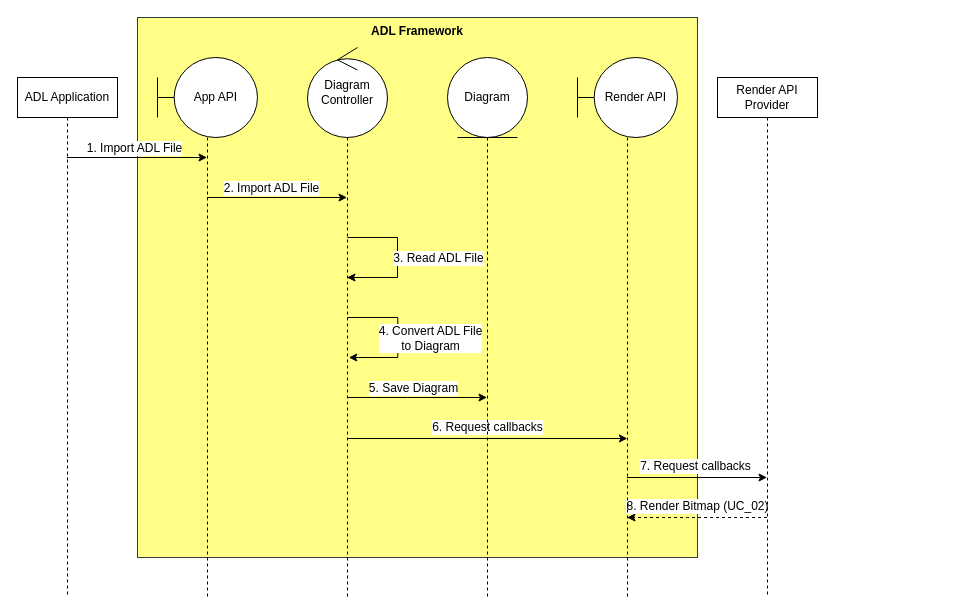
Before: AddEditElement.drawio in phunm211/SW-Associate-Architecture, a draw.io diagram. Source tidied: cells renumbered, new cells numbered last; positions are measured from the earlier drawing's top-left corner, leaving out a move shared by most shapes. Both pictures are drawn from the tidied source at 100%, with x=0, y=0 at pixel (17, 17).
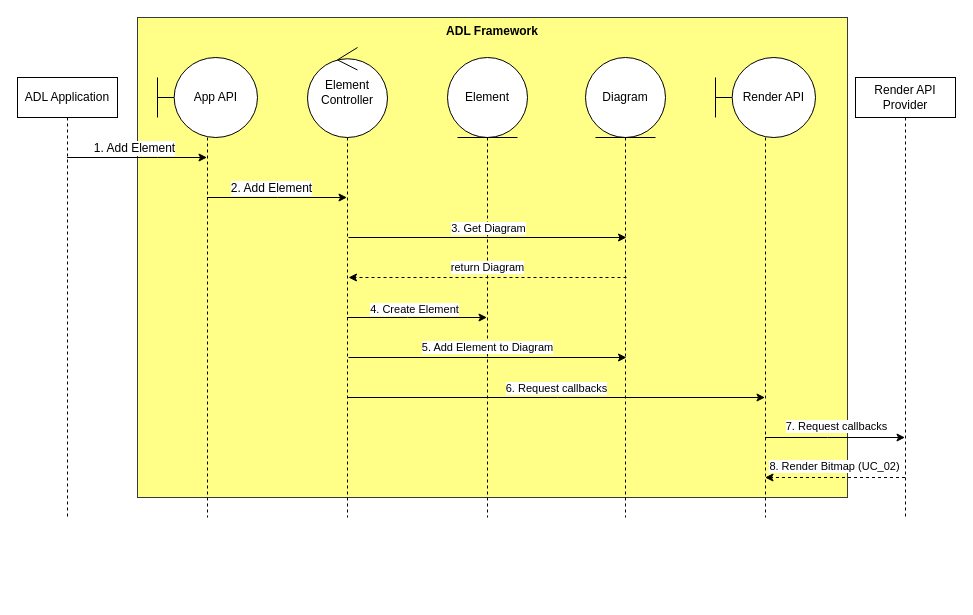
The same diagram, later.

Unchanged cells that the change refers to:
```xml
<mxCell id="3" style="rounded=0;jettySize=auto;html=1;fontFamily=Helvetica;fontSize=12;fontColor=default;" parent="1" edge="1" source="5" target="8">
  <mxGeometry relative="1" as="geometry">
    <Array as="points">
      <mxPoint x="140" y="140" />
    </Array>
  </mxGeometry>
</mxCell>
<mxCell id="6" style="rounded=0;jettySize=auto;html=1;fontFamily=Helvetica;fontSize=12;fontColor=default;" parent="1" edge="1" source="8" target="12">
  <mxGeometry relative="1" as="geometry">
    <Array as="points">
      <mxPoint x="260" y="180" />
    </Array>
  </mxGeometry>
</mxCell>
```

What changed in the source:
```diff
@@
     <mxCell id="2" value="ADL Framework" style="rounded=0;whiteSpace=wrap;html=1;strokeColor=#36393d;align=center;verticalAlign=top;fontFamily=Helvetica;fontSize=12;fillColor=#ffff88;fontStyle=1;" parent="1" vertex="1">
-      <mxGeometry x="120" width="560" height="540" as="geometry" />
+      <mxGeometry x="120" width="710" height="480" as="geometry" />
     </mxCell>
+    <mxCell id="24" value="Element" style="shape=umlLifeline;perimeter=lifelinePerimeter;whiteSpace=wrap;html=1;newEdgeStyle={&quot;curved&quot;:0,&quot;rounded&quot;:0};participant=umlEntity;strokeColor=default;align=center;verticalAlign=middle;fontFamily=Helvetica;fontSize=12;fontColor=default;fillColor=default;size=80;" parent="1" vertex="1">
+      <mxGeometry x="430" y="40" width="80" height="460" as="geometry" />
+    </mxCell>
@@
-    <mxCell id="4" value="1. Import ADL File" style="edgeLabel;html=1;align=center;verticalAlign=middle;fontSize=12;fontFamily=Helvetica;fontColor=default;" parent="3" vertex="1">
+    <mxCell id="4" value="1. Add Element" style="edgeLabel;html=1;align=center;verticalAlign=middle;fontSize=12;fontFamily=Helvetica;fontColor=default;" parent="3" vertex="1">
       <mxGeometry x="-0.04" y="2" relative="1" as="geometry">
         <mxPoint y="-8" as="offset" />
       </mxGeometry>
     </mxCell>
     <mxCell id="5" value="ADL Application" style="shape=umlLifeline;perimeter=lifelinePerimeter;whiteSpace=wrap;html=1;outlineConnect=0;portConstraint=eastwest;newEdgeStyle={&quot;curved&quot;:0,&quot;rounded&quot;:0};" parent="1" vertex="1">
-      <mxGeometry y="60" width="100" height="520" as="geometry" />
+      <mxGeometry y="60" width="100" height="440" as="geometry" />
     </mxCell>
@@
-    <mxCell id="7" value="2. Import ADL File" style="edgeLabel;html=1;align=center;verticalAlign=middle;fontSize=12;fontFamily=Helvetica;fontColor=default;" parent="6" vertex="1">
+    <mxCell id="7" value="2. Add Element" style="edgeLabel;html=1;align=center;verticalAlign=middle;fontSize=12;fontFamily=Helvetica;fontColor=default;" parent="6" vertex="1">
       <mxGeometry x="-0.09" y="-1" relative="1" as="geometry">
         <mxPoint y="-11" as="offset" />
       </mxGeometry>
     </mxCell>
-    <mxCell id="8" value="&amp;nbsp; &amp;nbsp; &amp;nbsp;App API" style="shape=umlLifeline;perimeter=lifelinePerimeter;whiteSpace=wrap;html=1;outlineConnect=0;portConstraint=eastwest;newEdgeStyle={&quot;curved&quot;:0,&quot;rounded&quot;:0};participant=umlBoundary;size=80;" parent="1" vertex="1">
-      <mxGeometry x="140" y="40" width="100" height="540" as="geometry" />
-    </mxCell>
-    <mxCell id="9" style="rounded=0;jettySize=auto;html=1;fontFamily=Helvetica;fontSize=12;fontColor=default;" parent="1" edge="1" source="12" target="13">
-      <mxGeometry relative="1" as="geometry">
-        <Array as="points">
-          <mxPoint x="390" y="380" />
-        </Array>
-      </mxGeometry>
-    </mxCell>
-    <mxCell id="10" value="5. Save Diagram" style="edgeLabel;html=1;align=center;verticalAlign=middle;fontSize=12;fontFamily=Helvetica;fontColor=default;" parent="9" vertex="1">
-      <mxGeometry x="-0.06" y="3" relative="1" as="geometry">
-        <mxPoint y="-7" as="offset" />
-      </mxGeometry>
-    </mxCell>
+    <mxCell id="25" style="rounded=0;jettySize=auto;html=1;" parent="1" edge="1" source="12" target="19">
+      <mxGeometry relative="1" as="geometry">
+        <Array as="points">
+          <mxPoint x="540" y="380" />
+        </Array>
+      </mxGeometry>
+    </mxCell>
-    <mxCell id="11" value="6. Request callbacks" style="rounded=0;orthogonalLoop=1;jettySize=auto;html=1;fontFamily=Helvetica;fontSize=12;fontColor=default;" parent="1" edge="1">
-      <mxGeometry y="11" relative="1" as="geometry">
-        <mxPoint x="330.1" y="421" as="sourcePoint" />
-        <mxPoint x="609.9" y="421" as="targetPoint" />
+    <mxCell id="11" value="6. Request callbacks" style="edgeLabel;html=1;align=center;verticalAlign=middle;" parent="25" vertex="1">
+      <mxGeometry relative="1" as="geometry">
+        <mxPoint y="-10" as="offset" />
       </mxGeometry>
     </mxCell>
-    <mxCell id="12" value="Diagram Controller" style="shape=umlLifeline;perimeter=lifelinePerimeter;whiteSpace=wrap;html=1;outlineConnect=0;portConstraint=eastwest;newEdgeStyle={&quot;curved&quot;:0,&quot;rounded&quot;:0};participant=umlControl;strokeColor=default;align=center;verticalAlign=middle;fontFamily=Helvetica;fontSize=12;fontColor=default;fillColor=default;size=90;" parent="1" vertex="1">
-      <mxGeometry x="290" y="30" width="80" height="550" as="geometry" />
+    <mxCell id="12" value="Element Controller" style="shape=umlLifeline;perimeter=lifelinePerimeter;whiteSpace=wrap;html=1;outlineConnect=0;portConstraint=eastwest;newEdgeStyle={&quot;curved&quot;:0,&quot;rounded&quot;:0};participant=umlControl;strokeColor=default;align=center;verticalAlign=middle;fontFamily=Helvetica;fontSize=12;fontColor=default;fillColor=default;size=90;" parent="1" vertex="1">
+      <mxGeometry x="290" y="30" width="80" height="470" as="geometry" />
     </mxCell>
+    <mxCell id="8" value="&amp;nbsp; &amp;nbsp; &amp;nbsp;App API" style="shape=umlLifeline;perimeter=lifelinePerimeter;whiteSpace=wrap;html=1;outlineConnect=0;portConstraint=eastwest;newEdgeStyle={&quot;curved&quot;:0,&quot;rounded&quot;:0};participant=umlBoundary;size=80;" parent="1" vertex="1">
+      <mxGeometry x="140" y="40" width="100" height="460" as="geometry" />
+    </mxCell>
+    <mxCell id="26" style="rounded=0;orthogonalLoop=1;jettySize=auto;html=1;" parent="1" edge="1">
+      <mxGeometry relative="1" as="geometry">
+        <mxPoint x="329.5" y="300" as="sourcePoint" />
+        <mxPoint x="469.5" y="300" as="targetPoint" />
+        <Array as="points">
+          <mxPoint x="390" y="300" />
+        </Array>
+      </mxGeometry>
+    </mxCell>
+    <mxCell id="27" value="4. Create Element" style="edgeLabel;html=1;align=center;verticalAlign=middle;" parent="26" vertex="1">
+      <mxGeometry x="-0.05" y="3" relative="1" as="geometry">
+        <mxPoint y="-6" as="offset" />
+      </mxGeometry>
+    </mxCell>
+    <mxCell id="28" style="rounded=0;orthogonalLoop=1;jettySize=auto;html=1;" parent="1" edge="1">
+      <mxGeometry relative="1" as="geometry">
+        <mxPoint x="331" y="220" as="sourcePoint" />
+        <mxPoint x="609" y="220" as="targetPoint" />
+        <Array as="points">
+          <mxPoint x="481.5" y="220" />
+        </Array>
+      </mxGeometry>
+    </mxCell>
+    <mxCell id="29" value="3. Get Diagram" style="edgeLabel;html=1;align=center;verticalAlign=middle;" parent="28" vertex="1">
+      <mxGeometry x="0.65" y="-2" relative="1" as="geometry">
+        <mxPoint x="-90" y="-12" as="offset" />
+      </mxGeometry>
+    </mxCell>
+    <mxCell id="30" value="5. Add Element to Diagram" style="rounded=0;orthogonalLoop=1;jettySize=auto;html=1;" parent="1" edge="1">
+      <mxGeometry y="10" relative="1" as="geometry">
+        <mxPoint x="331" y="340" as="sourcePoint" />
+        <mxPoint x="609" y="340" as="targetPoint" />
+      </mxGeometry>
+    </mxCell>
     <mxCell id="13" value="Diagram" style="shape=umlLifeline;perimeter=lifelinePerimeter;whiteSpace=wrap;html=1;outlineConnect=0;portConstraint=eastwest;newEdgeStyle={&quot;curved&quot;:0,&quot;rounded&quot;:0};participant=umlEntity;strokeColor=default;align=center;verticalAlign=middle;fontFamily=Helvetica;fontSize=12;fontColor=default;fillColor=default;size=80;" parent="1" vertex="1">
-      <mxGeometry x="430" y="40" width="80" height="540" as="geometry" />
+      <mxGeometry x="568" y="40" width="80" height="460" as="geometry" />
     </mxCell>
-    <mxCell id="14" style="edgeStyle=none;rounded=0;jettySize=auto;html=1;curved=0;fontFamily=Helvetica;fontSize=12;fontColor=default;dashed=1;" parent="1" edge="1" source="16" target="19">
+    <mxCell id="14" style="rounded=0;jettySize=auto;html=1;dashed=1;" parent="1" edge="1" source="16" target="19">
       <mxGeometry relative="1" as="geometry">
         <Array as="points">
-          <mxPoint x="670" y="500" />
+          <mxPoint x="810" y="460" />
         </Array>
       </mxGeometry>
     </mxCell>
-    <mxCell id="15" value="8. Render Bitmap (UC_02)" style="edgeLabel;html=1;align=center;verticalAlign=middle;fontSize=12;fontFamily=Helvetica;fontColor=default;" parent="14" vertex="1">
-      <mxGeometry x="0.22" y="-3" relative="1" as="geometry">
-        <mxPoint x="15" y="-9" as="offset" />
+    <mxCell id="15" value="8. Render Bitmap (UC_02)" style="edgeLabel;html=1;align=center;verticalAlign=middle;" parent="14" vertex="1">
+      <mxGeometry x="0.15" y="-2" relative="1" as="geometry">
+        <mxPoint x="10" y="-10" as="offset" />
       </mxGeometry>
     </mxCell>
     <mxCell id="16" value="Render API Provider" style="shape=umlLifeline;perimeter=lifelinePerimeter;whiteSpace=wrap;html=1;outlineConnect=0;portConstraint=eastwest;newEdgeStyle={&quot;curved&quot;:0,&quot;rounded&quot;:0};" parent="1" vertex="1">
-      <mxGeometry x="700" y="60" width="100" height="520" as="geometry" />
+      <mxGeometry x="838" y="60" width="100" height="440" as="geometry" />
     </mxCell>
-    <mxCell id="17" style="edgeStyle=none;rounded=0;jettySize=auto;html=1;curved=0;fontFamily=Helvetica;fontSize=12;fontColor=default;" parent="1" edge="1" source="19" target="16">
+    <mxCell id="17" style="rounded=0;jettySize=auto;html=1;" parent="1" edge="1" source="19" target="16">
       <mxGeometry relative="1" as="geometry">
         <Array as="points">
-          <mxPoint x="680" y="460" />
+          <mxPoint x="810" y="420" />
         </Array>
       </mxGeometry>
     </mxCell>
-    <mxCell id="18" value="7. Request callbacks" style="edgeLabel;html=1;align=center;verticalAlign=middle;fontSize=12;fontFamily=Helvetica;fontColor=default;" parent="17" vertex="1">
-      <mxGeometry x="-0.07" y="5" relative="1" as="geometry">
-        <mxPoint x="3" y="-7" as="offset" />
+    <mxCell id="18" value="7. Request callbacks" style="edgeLabel;html=1;align=center;verticalAlign=middle;" parent="17" vertex="1">
+      <mxGeometry x="-0.13" y="2" relative="1" as="geometry">
+        <mxPoint x="10" y="-10" as="offset" />
       </mxGeometry>
     </mxCell>
     <mxCell id="19" value="&amp;nbsp; &amp;nbsp; &amp;nbsp;Render API" style="shape=umlLifeline;perimeter=lifelinePerimeter;whiteSpace=wrap;html=1;outlineConnect=0;portConstraint=eastwest;newEdgeStyle={&quot;curved&quot;:0,&quot;rounded&quot;:0};participant=umlBoundary;size=80;" parent="1" vertex="1">
-      <mxGeometry x="560" y="40" width="100" height="540" as="geometry" />
+      <mxGeometry x="698" y="40" width="100" height="460" as="geometry" />
     </mxCell>
-    <mxCell id="20" style="endArrow=classic;html=1;rounded=0;fontFamily=Helvetica;fontSize=12;fontColor=default;edgeStyle=orthogonalEdgeStyle;" parent="1" edge="1" target="12">
-      <mxGeometry relative="1" as="geometry">
-        <mxPoint x="330" y="220" as="sourcePoint" />
-        <Array as="points">
-          <mxPoint x="380" y="220" />
-          <mxPoint x="380" y="260" />
-        </Array>
-      </mxGeometry>
-    </mxCell>
-    <mxCell id="21" value="3. Read ADL File" style="edgeLabel;html=1;align=center;verticalAlign=middle;fontSize=12;fontFamily=Helvetica;fontColor=default;" parent="20" vertex="1">
-      <mxGeometry x="-0.01" y="-2" relative="1" as="geometry">
-        <mxPoint x="42" as="offset" />
-      </mxGeometry>
-    </mxCell>
-    <mxCell id="22" style="endArrow=classic;html=1;rounded=0;fontFamily=Helvetica;fontSize=12;fontColor=default;edgeStyle=orthogonalEdgeStyle;" parent="1" edge="1">
-      <mxGeometry relative="1" as="geometry">
-        <mxPoint x="330" y="300" as="sourcePoint" />
-        <mxPoint x="331.3" y="340" as="targetPoint" />
-        <Array as="points">
-          <mxPoint x="380.3" y="300" />
-          <mxPoint x="380.3" y="340" />
-        </Array>
-      </mxGeometry>
-    </mxCell>
-    <mxCell id="23" value="4. Convert ADL File&lt;br&gt;to Diagram" style="edgeLabel;html=1;align=center;verticalAlign=middle;fontSize=12;fontFamily=Helvetica;fontColor=default;" parent="22" vertex="1">
-      <mxGeometry x="-0.01" y="-2" relative="1" as="geometry">
-        <mxPoint x="34" y="2" as="offset" />
-      </mxGeometry>
-    </mxCell>
+    <mxCell id="31" value="return Diagram" style="rounded=0;orthogonalLoop=1;jettySize=auto;html=1;dashed=1;" parent="1" edge="1">
+      <mxGeometry y="-10" relative="1" as="geometry">
+        <mxPoint x="609" y="260" as="sourcePoint" />
+        <mxPoint x="331" y="260" as="targetPoint" />
+      </mxGeometry>
+    </mxCell>
```
